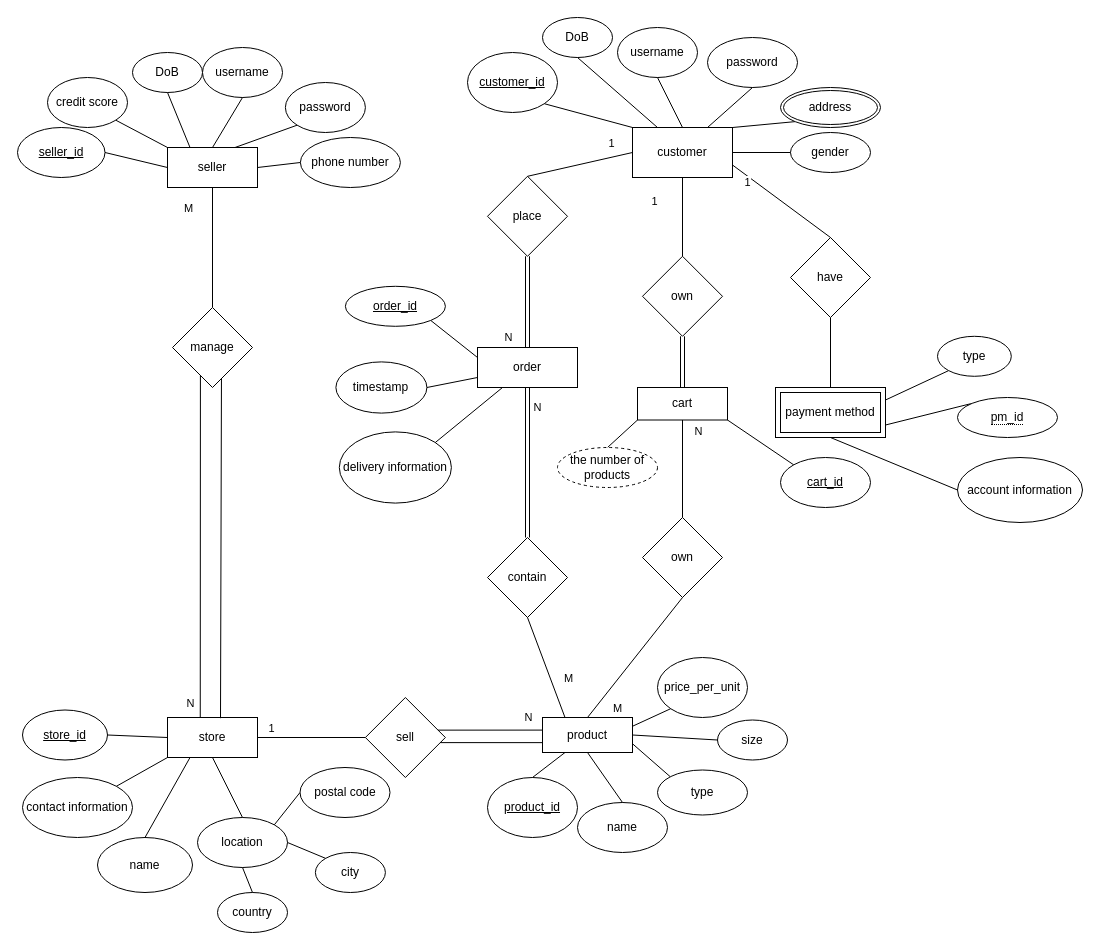
The draw.io diagram 9311-assignment-1.drawio in zhangnailiang/ER, before the edit. Source tidied: cells renumbered, new cells numbered last; positions are measured from the earlier drawing's top-left corner, leaving out a move shared by most shapes. Both pictures are drawn from the tidied source at 100%, with x=0, y=0 at pixel (17, 17).
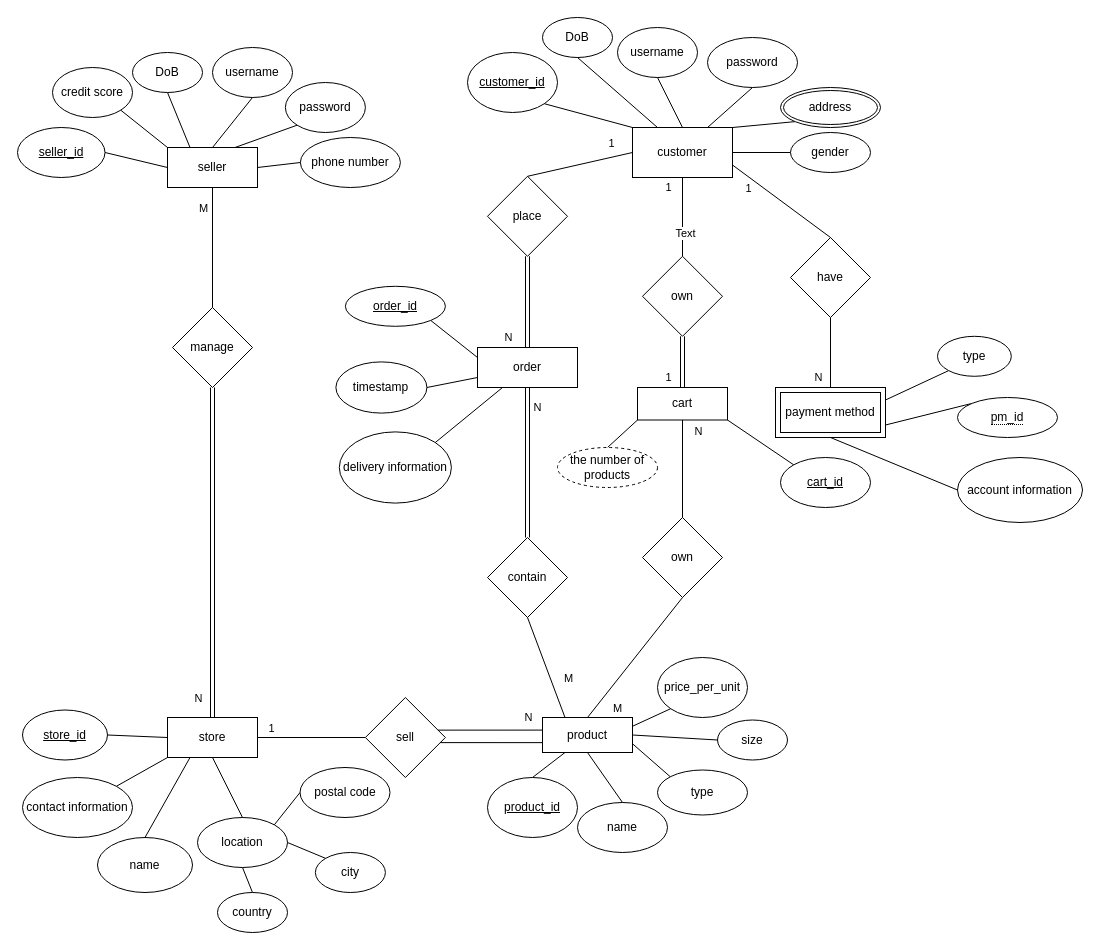
The same page after the edit.

Unchanged cells that the change refers to:
```xml
<mxCell id="8" value="store" style="rounded=0;whiteSpace=wrap;html=1;" parent="1" vertex="1">
  <mxGeometry x="150" y="700" width="90" height="40" as="geometry" />
</mxCell>
<mxCell id="30" style="endArrow=none;html=1;rounded=0;entryX=0.5;entryY=1;entryDx=0;entryDy=0;" parent="1" edge="1" target="2">
  <mxGeometry relative="1" as="geometry">
    <mxPoint x="195" y="290" as="sourcePoint" />
  </mxGeometry>
</mxCell>
<mxCell id="32" value="manage" style="rhombus;whiteSpace=wrap;html=1;" parent="1" vertex="1">
  <mxGeometry x="155" y="290" width="80" height="80" as="geometry" />
</mxCell>
<mxCell id="58" style="edgeStyle=orthogonalEdgeStyle;rounded=0;jettySize=auto;html=1;exitX=0.5;exitY=1;exitDx=0;exitDy=0;shape=link;" parent="1" edge="1" source="59" target="50">
  <mxGeometry relative="1" as="geometry" />
</mxCell>
<mxCell id="60" style="endArrow=none;html=1;rounded=0;entryX=0.5;entryY=1;entryDx=0;entryDy=0;exitX=0.5;exitY=0;exitDx=0;exitDy=0;" parent="1" edge="1" source="59" target="17">
  <mxGeometry relative="1" as="geometry" />
</mxCell>
<mxCell id="67" style="edgeStyle=orthogonalEdgeStyle;rounded=0;jettySize=auto;html=1;exitX=0.5;exitY=1;exitDx=0;exitDy=0;entryX=0.5;entryY=0;entryDx=0;entryDy=0;endArrow=none;endFill=0;" parent="1" edge="1" source="68" target="103">
  <mxGeometry relative="1" as="geometry" />
</mxCell>
<mxCell id="69" style="endArrow=none;html=1;rounded=0;entryX=1;entryY=0.75;entryDx=0;entryDy=0;exitX=0.5;exitY=0;exitDx=0;exitDy=0;" parent="1" edge="1" source="68" target="17">
  <mxGeometry relative="1" as="geometry" />
</mxCell>
```

Diff of the diagram source:
```diff
@@
     <mxCell id="3" value="username" style="ellipse;whiteSpace=wrap;html=1;" parent="1" vertex="1">
-      <mxGeometry x="185" y="30" width="80" height="50" as="geometry" />
+      <mxGeometry x="195" y="30" width="80" height="50" as="geometry" />
     </mxCell>
@@
     <mxCell id="7" value="credit score" style="ellipse;whiteSpace=wrap;html=1;" parent="1" vertex="1">
-      <mxGeometry x="30" y="60" width="80" height="50" as="geometry" />
+      <mxGeometry x="35" y="50" width="80" height="50" as="geometry" />
     </mxCell>
@@
     <mxCell id="31" value="M" style="edgeLabel;html=1;align=center;verticalAlign=middle;" parent="30" vertex="1">
       <mxGeometry x="0.67" y="-3" relative="1" as="geometry">
-        <mxPoint x="-28" as="offset" />
+        <mxPoint x="-13" as="offset" />
       </mxGeometry>
     </mxCell>
+    <mxCell id="108" style="edgeStyle=orthogonalEdgeStyle;rounded=0;jettySize=auto;html=1;exitX=0.5;exitY=1;exitDx=0;exitDy=0;entryX=0.5;entryY=0;entryDx=0;entryDy=0;shape=link;" parent="1" edge="1" source="32" target="8">
+      <mxGeometry relative="1" as="geometry" />
+    </mxCell>
+    <mxCell id="109" value="N" style="edgeLabel;html=1;align=center;verticalAlign=middle;" parent="108" vertex="1">
+      <mxGeometry x="0.34" y="-4" relative="1" as="geometry">
+        <mxPoint x="-11" y="89" as="offset" />
+      </mxGeometry>
+    </mxCell>
@@
-    <mxCell id="33" style="endArrow=none;html=1;rounded=0;exitX=0.364;exitY=-0.009;exitDx=0;exitDy=0;exitPerimeter=0;entryX=0.349;entryY=0.847;entryDx=0;entryDy=0;entryPerimeter=0;" parent="1" edge="1" source="8" target="32">
-      <mxGeometry relative="1" as="geometry" />
-    </mxCell>
-    <mxCell id="34" value="N" style="edgeLabel;html=1;align=center;verticalAlign=middle;" parent="33" vertex="1">
-      <mxGeometry x="-0.37" y="-1" relative="1" as="geometry">
-        <mxPoint x="-11" y="94" as="offset" />
-      </mxGeometry>
-    </mxCell>
-    <mxCell id="35" style="endArrow=none;html=1;rounded=0;entryX=0.612;entryY=0.888;entryDx=0;entryDy=0;entryPerimeter=0;exitX=0.589;exitY=0.017;exitDx=0;exitDy=0;exitPerimeter=0;" parent="1" edge="1" source="8" target="32">
-      <mxGeometry relative="1" as="geometry" />
-    </mxCell>
@@
+    <mxCell id="110" value="1" style="edgeLabel;html=1;align=center;verticalAlign=middle;" parent="58" vertex="1">
+      <mxGeometry x="0.47" y="2" relative="1" as="geometry">
+        <mxPoint x="-17" y="3" as="offset" />
+      </mxGeometry>
+    </mxCell>
@@
     <mxCell id="61" value="1&lt;br&gt;" style="edgeLabel;html=1;align=center;verticalAlign=middle;" parent="60" vertex="1">
       <mxGeometry x="0.36" relative="1" as="geometry">
-        <mxPoint x="-29" y="-1" as="offset" />
+        <mxPoint x="-15" y="-15" as="offset" />
       </mxGeometry>
     </mxCell>
+    <mxCell id="111" value="Text" style="edgeLabel;html=1;align=center;verticalAlign=middle;" parent="60" vertex="1">
+      <mxGeometry x="-0.42" y="-2" relative="1" as="geometry" />
+    </mxCell>
@@
+    <mxCell id="112" value="N" style="edgeLabel;html=1;align=center;verticalAlign=middle;" parent="67" vertex="1">
+      <mxGeometry x="0.57" relative="1" as="geometry">
+        <mxPoint x="-13" y="4" as="offset" />
+      </mxGeometry>
+    </mxCell>
@@
     <mxCell id="70" value="1" style="edgeLabel;html=1;align=center;verticalAlign=middle;" parent="69" vertex="1">
       <mxGeometry x="0.79" relative="1" as="geometry">
-        <mxPoint x="4" y="9" as="offset" />
+        <mxPoint x="5" y="15" as="offset" />
       </mxGeometry>
     </mxCell>
```
